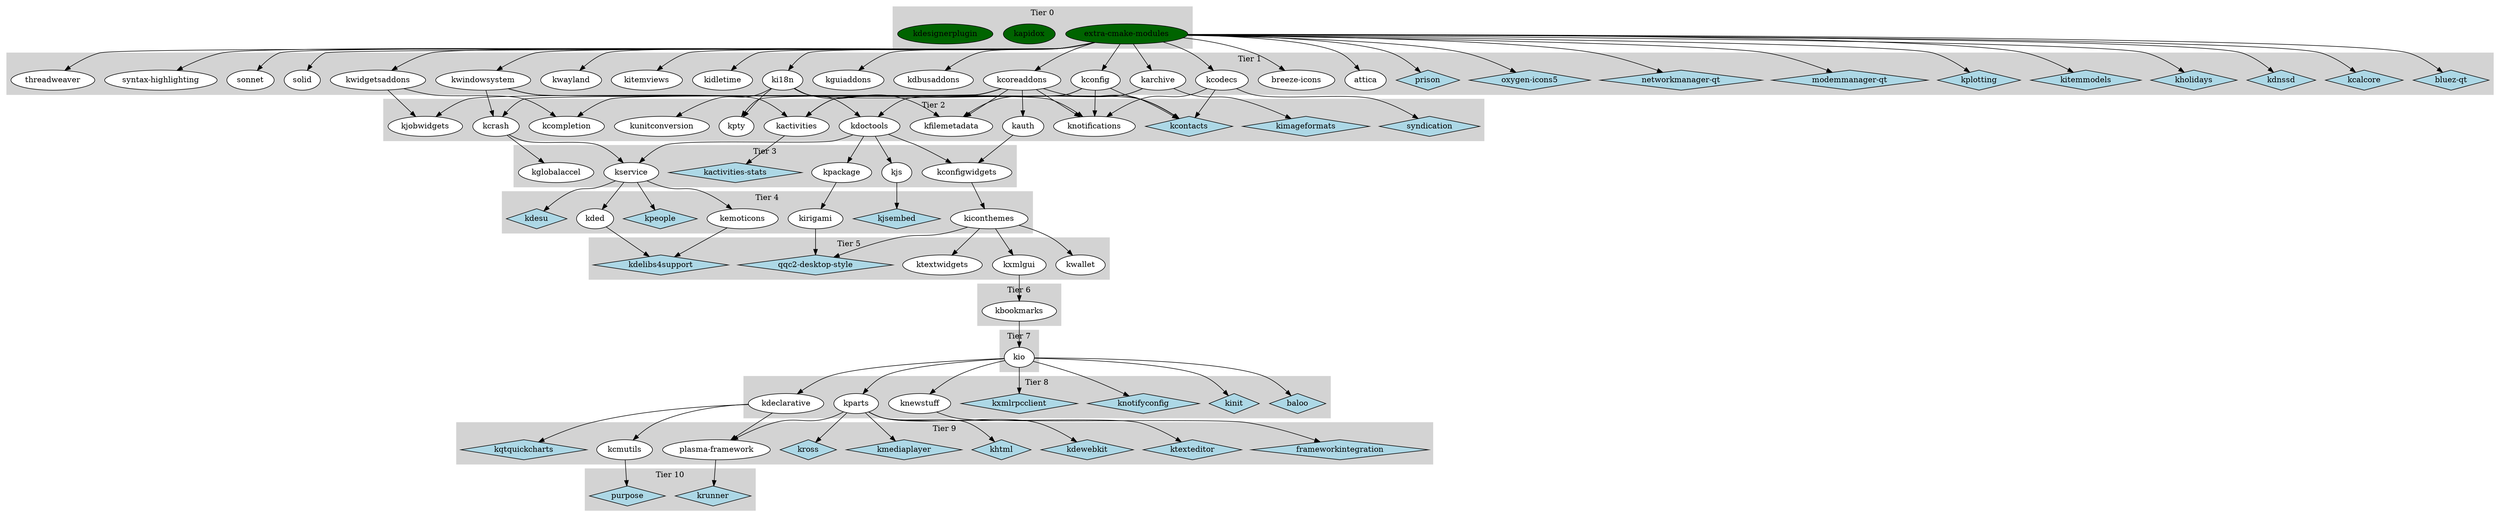
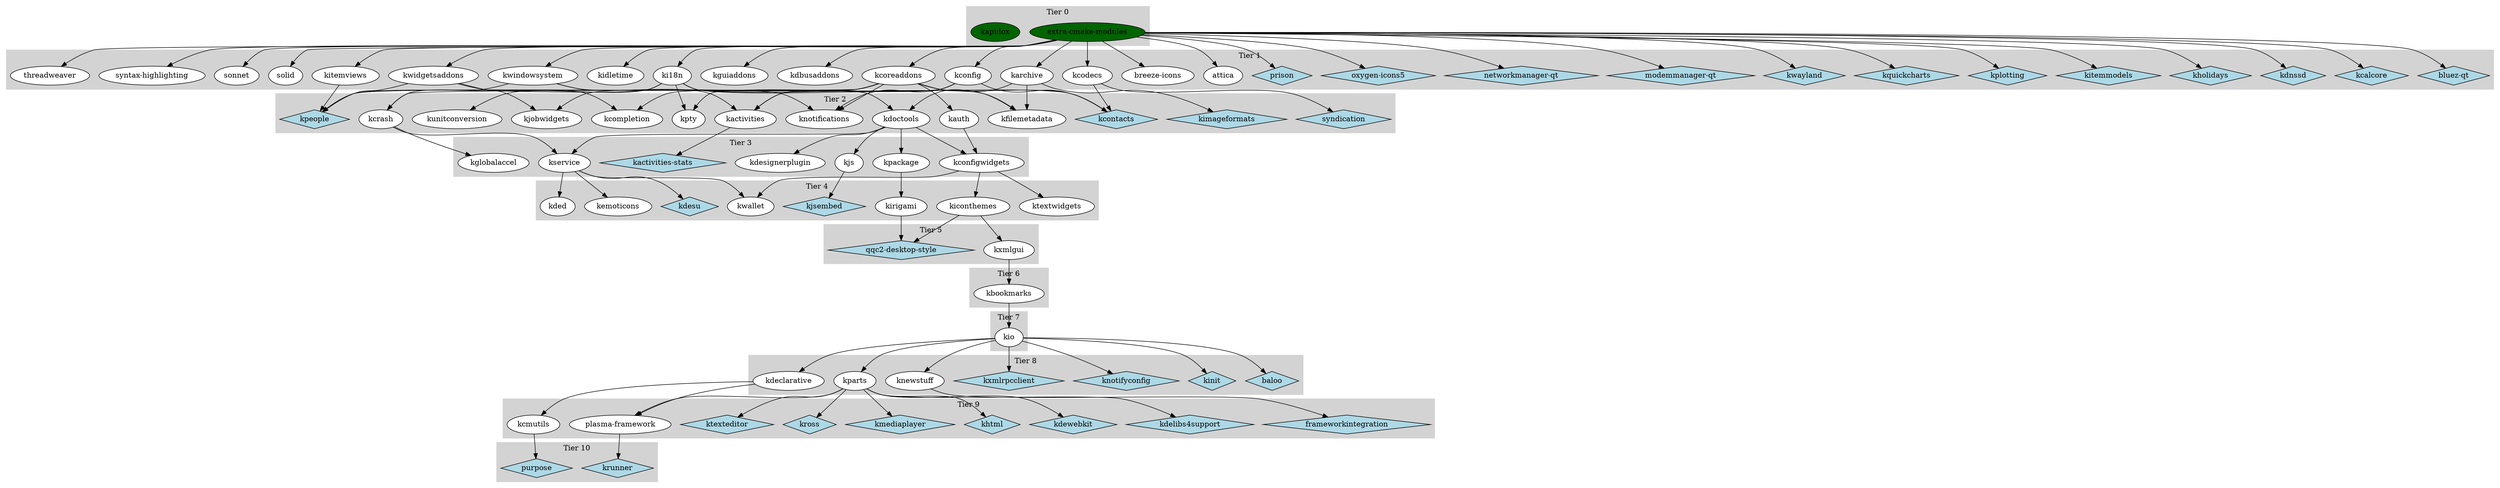
digraph frameworksTier {
  node [shape=diamond,fillcolor=lightblue,style=filled];
  "baloo";
  "bluez-qt";
  "frameworkintegration";
  "kactivities-stats";
  "kcalcore";
  "kcontacts";
  "kdelibs4support";
  "kdesu";
  "kdewebkit";
  "kdnssd";
  "kholidays";
  "khtml";
  "kimageformats";
  "kinit";
  "kitemmodels";
  "kjsembed";
  "kmediaplayer";
  "knotifyconfig";
  "kpeople";
  "kplotting";
-   "kqtquickcharts";
+   "kquickcharts";
  "kross";
  "krunner";
  "ktexteditor";
+   "kwayland";
  "kxmlrpcclient";
  "modemmanager-qt";
  "networkmanager-qt";
  "oxygen-icons5";
  "prison";
  "purpose";
  "qqc2-desktop-style";
  "syndication";
  node [shape=ellipse,fillcolor=darkgreen,style=filled];
  "extra-cmake-modules";
  "kapidox";
-   "kdesignerplugin";
  node [shape=ellipse,fillcolor=white,style=filled];
  subgraph cluster_0 {
    style=filled;
    color=lightgrey;
    label = "Tier 0";
    "extra-cmake-modules";
    "kapidox";
-     "kdesignerplugin";
  }
  subgraph cluster_1 {
    style=filled;
    color=lightgrey;
    label = "Tier 1";
    "attica";
    "bluez-qt";
    "breeze-icons";
    "karchive";
    "kcalcore";
    "kcodecs";
    "kconfig";
    "kcoreaddons";
    "kdbusaddons";
    "kdnssd";
    "kguiaddons";
    "kholidays";
    "ki18n";
    "kidletime";
    "kitemmodels";
    "kitemviews";
    "kplotting";
+     "kquickcharts";
    "kwayland";
    "kwidgetsaddons";
    "kwindowsystem";
    "modemmanager-qt";
    "networkmanager-qt";
    "oxygen-icons5";
    "prison";
    "solid";
    "sonnet";
    "syntax-highlighting";
    "threadweaver";
  }
  "extra-cmake-modules" -> "attica";
  "extra-cmake-modules" -> "bluez-qt";
  "extra-cmake-modules" -> "breeze-icons";
  "extra-cmake-modules" -> "karchive";
  "extra-cmake-modules" -> "kcalcore";
  "extra-cmake-modules" -> "kcodecs";
  "extra-cmake-modules" -> "kconfig";
  "extra-cmake-modules" -> "kcoreaddons";
  "extra-cmake-modules" -> "kdbusaddons";
  "extra-cmake-modules" -> "kdnssd";
  "extra-cmake-modules" -> "kguiaddons";
  "extra-cmake-modules" -> "kholidays";
  "extra-cmake-modules" -> "ki18n";
  "extra-cmake-modules" -> "kidletime";
  "extra-cmake-modules" -> "kitemmodels";
  "extra-cmake-modules" -> "kitemviews";
  "extra-cmake-modules" -> "kplotting";
+   "extra-cmake-modules" -> "kquickcharts";
  "extra-cmake-modules" -> "kwayland";
  "extra-cmake-modules" -> "kwidgetsaddons";
  "extra-cmake-modules" -> "kwindowsystem";
  "extra-cmake-modules" -> "modemmanager-qt";
  "extra-cmake-modules" -> "networkmanager-qt";
  "extra-cmake-modules" -> "oxygen-icons5";
  "extra-cmake-modules" -> "prison";
  "extra-cmake-modules" -> "solid";
  "extra-cmake-modules" -> "sonnet";
  "extra-cmake-modules" -> "syntax-highlighting";
  "extra-cmake-modules" -> "threadweaver";
  subgraph cluster_2 {
    style=filled;
    color=lightgrey;
    label = "Tier 2";
    "kactivities";
    "kauth";
    "kcompletion";
    "kcontacts";
    "kcrash";
    "kdoctools";
    "kfilemetadata";
    "kimageformats";
    "kjobwidgets";
    "knotifications";
+     "kpeople";
    "kpty";
    "kunitconversion";
    "syndication";
  }
+   "kcoreaddons" -> "kactivities";
  "kwindowsystem" -> "kactivities";
-   "kcoreaddons" -> "kactivities";
  "kconfig" -> "kactivities";
  "kcoreaddons" -> "kauth";
+   "kconfig" -> "kcompletion";
  "kwidgetsaddons" -> "kcompletion";
-   "kconfig" -> "kcompletion";
  "kconfig" -> "kcontacts";
  "kcoreaddons" -> "kcontacts";
+   "ki18n" -> "kcontacts";
  "kcodecs" -> "kcontacts";
-   "ki18n" -> "kcontacts";
+   "kcoreaddons" -> "kcrash";
  "kwindowsystem" -> "kcrash";
-   "kcoreaddons" -> "kcrash";
+   "ki18n" -> "kdoctools";
  "karchive" -> "kdoctools";
-   "ki18n" -> "kdoctools";
  "kcoreaddons" -> "kfilemetadata";
+   "ki18n" -> "kfilemetadata";
  "karchive" -> "kfilemetadata";
-   "ki18n" -> "kfilemetadata";
  "karchive" -> "kimageformats";
  "kcoreaddons" -> "kjobwidgets";
  "kwidgetsaddons" -> "kjobwidgets";
+   "kcoreaddons" -> "knotifications";
  "kwindowsystem" -> "knotifications";
  "kconfig" -> "knotifications";
-   "kcoreaddons" -> "knotifications";
-   "kcodecs" -> "knotifications";
+   "kcoreaddons" -> "kpeople";
+   "ki18n" -> "kpeople";
+   "kitemviews" -> "kpeople";
+   "kwidgetsaddons" -> "kpeople";
  "kcoreaddons" -> "kpty";
  "ki18n" -> "kpty";
  "ki18n" -> "kunitconversion";
  "kcodecs" -> "syndication";
  subgraph cluster_3 {
    style=filled;
    color=lightgrey;
    label = "Tier 3";
    "kactivities-stats";
    "kconfigwidgets";
+     "kdesignerplugin";
    "kglobalaccel";
    "kjs";
    "kpackage";
    "kservice";
  }
  "kactivities" -> "kactivities-stats";
+   "kdoctools" -> "kconfigwidgets";
  "kauth" -> "kconfigwidgets";
-   "kdoctools" -> "kconfigwidgets";
+   "kdoctools" -> "kdesignerplugin";
  "kcrash" -> "kglobalaccel";
  "kdoctools" -> "kjs";
  "kdoctools" -> "kpackage";
+   "kdoctools" -> "kservice";
  "kcrash" -> "kservice";
-   "kdoctools" -> "kservice";
  subgraph cluster_4 {
    style=filled;
    color=lightgrey;
    label = "Tier 4";
    "kded";
    "kdesu";
    "kemoticons";
    "kiconthemes";
    "kirigami";
    "kjsembed";
-     "kpeople";
+     "ktextwidgets";
+     "kwallet";
  }
  "kservice" -> "kded";
  "kservice" -> "kdesu";
  "kservice" -> "kemoticons";
  "kconfigwidgets" -> "kiconthemes";
  "kpackage" -> "kirigami";
  "kjs" -> "kjsembed";
-   "kservice" -> "kpeople";
+   "kconfigwidgets" -> "ktextwidgets";
+   "kconfigwidgets" -> "kwallet";
+   "kservice" -> "kwallet";
  subgraph cluster_5 {
    style=filled;
    color=lightgrey;
    label = "Tier 5";
-     "kdelibs4support";
-     "ktextwidgets";
-     "kwallet";
    "kxmlgui";
    "qqc2-desktop-style";
  }
-   "kemoticons" -> "kdelibs4support";
-   "kded" -> "kdelibs4support";
-   "kiconthemes" -> "ktextwidgets";
-   "kiconthemes" -> "kwallet";
  "kiconthemes" -> "kxmlgui";
+   "kiconthemes" -> "qqc2-desktop-style";
  "kirigami" -> "qqc2-desktop-style";
-   "kiconthemes" -> "qqc2-desktop-style";
  subgraph cluster_6 {
    style=filled;
    color=lightgrey;
    label = "Tier 6";
    "kbookmarks";
  }
  "kxmlgui" -> "kbookmarks";
  subgraph cluster_7 {
    style=filled;
    color=lightgrey;
    label = "Tier 7";
    "kio";
  }
  "kbookmarks" -> "kio";
  subgraph cluster_8 {
    style=filled;
    color=lightgrey;
    label = "Tier 8";
    "baloo";
    "kdeclarative";
    "kinit";
    "knewstuff";
    "knotifyconfig";
    "kparts";
    "kxmlrpcclient";
  }
  "kio" -> "baloo";
  "kio" -> "kdeclarative";
  "kio" -> "kinit";
  "kio" -> "knewstuff";
  "kio" -> "knotifyconfig";
  "kio" -> "kparts";
  "kio" -> "kxmlrpcclient";
  subgraph cluster_9 {
    style=filled;
    color=lightgrey;
    label = "Tier 9";
    "frameworkintegration";
    "kcmutils";
+     "kdelibs4support";
    "kdewebkit";
    "khtml";
    "kmediaplayer";
-     "kqtquickcharts";
    "kross";
    "ktexteditor";
    "plasma-framework";
  }
  "knewstuff" -> "frameworkintegration";
  "kdeclarative" -> "kcmutils";
+   "kparts" -> "kdelibs4support";
  "kparts" -> "kdewebkit";
  "kparts" -> "khtml";
  "kparts" -> "kmediaplayer";
-   "kdeclarative" -> "kqtquickcharts";
  "kparts" -> "kross";
  "kparts" -> "ktexteditor";
  "kparts" -> "plasma-framework";
  "kdeclarative" -> "plasma-framework";
  subgraph cluster_10 {
    style=filled;
    color=lightgrey;
    label = "Tier 10";
    "krunner";
    "purpose";
  }
  "plasma-framework" -> "krunner";
  "kcmutils" -> "purpose";
}